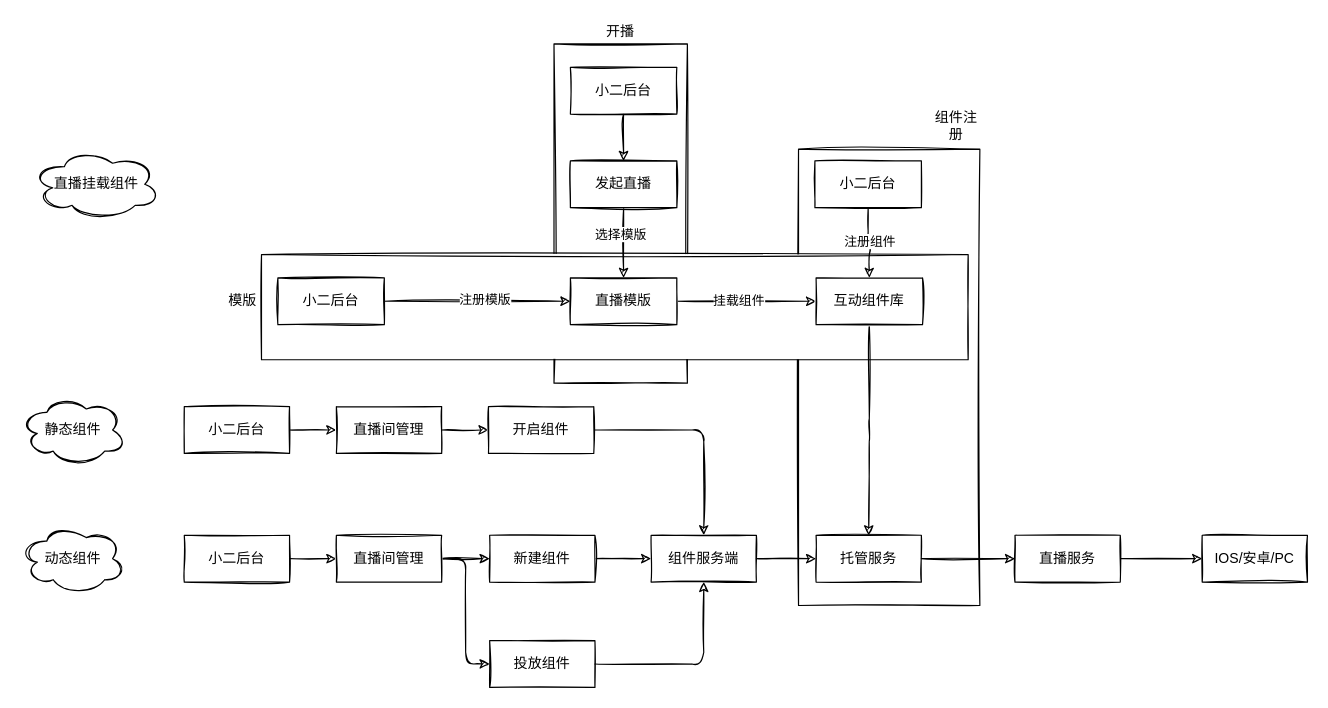
839284824/MyBlog keeps this draw.io diagram as page "互动组件" (2 of 6) of Untitled Diagram.drawio. Above is the earlier version. Source tidied: cells renumbered, new cells numbered last; positions are measured from the earlier drawing's top-left corner, leaving out a move shared by most shapes. Both pictures are drawn from the tidied source at 117%, with x=0, y=0 at pixel (20, 20).
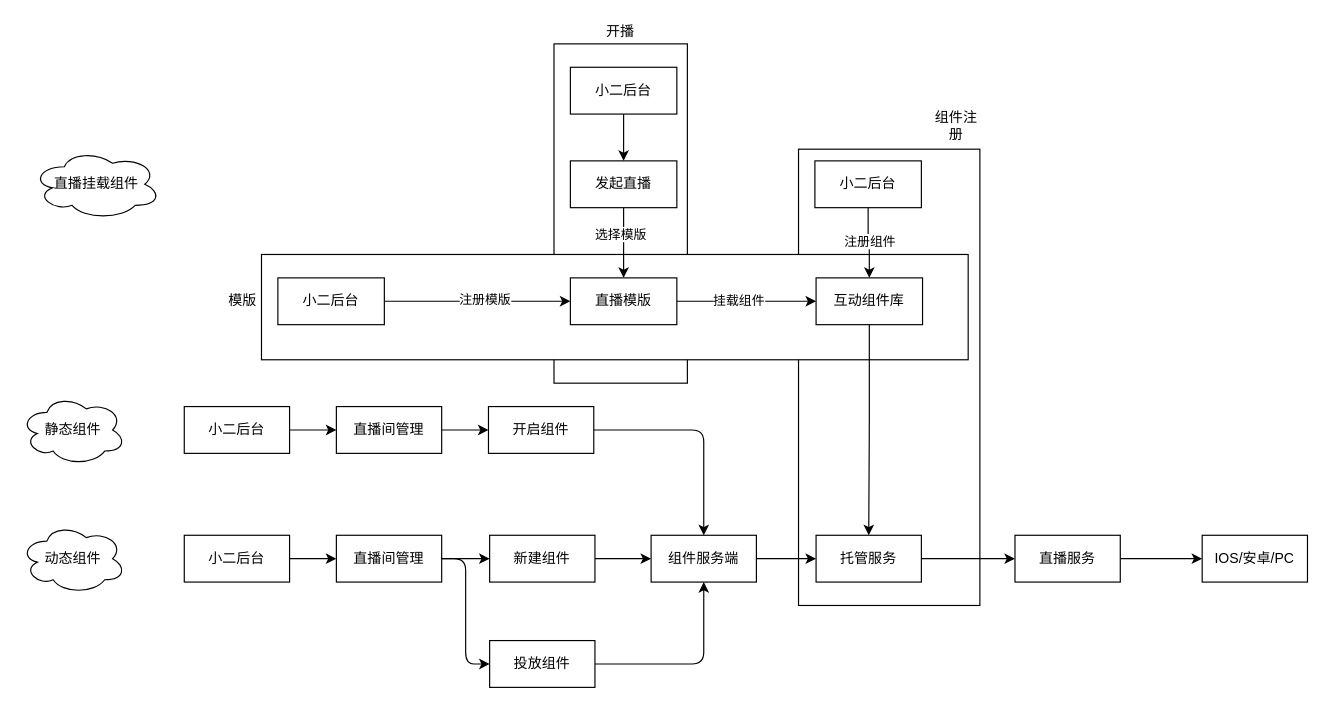
The same diagram, later.

Change to the diagram source:
```diff
@@
-    <mxCell id="2" style="rounded=0;whiteSpace=wrap;html=1;sketch=1;" parent="1" vertex="1">
+    <mxCell id="2" style="rounded=0;whiteSpace=wrap;html=1;" parent="1" vertex="1">
       <mxGeometry x="665" y="110" width="155" height="390" as="geometry" />
     </mxCell>
-    <mxCell id="3" style="rounded=0;whiteSpace=wrap;html=1;sketch=1;" parent="1" vertex="1">
+    <mxCell id="3" style="rounded=0;whiteSpace=wrap;html=1;" parent="1" vertex="1">
       <mxGeometry x="456" y="20" width="114" height="290" as="geometry" />
     </mxCell>
-    <mxCell id="4" style="rounded=0;whiteSpace=wrap;html=1;sketch=1;" parent="1" vertex="1">
+    <mxCell id="4" style="rounded=0;whiteSpace=wrap;html=1;" parent="1" vertex="1">
       <mxGeometry x="206" y="200" width="604" height="90" as="geometry" />
     </mxCell>
-    <mxCell id="5" style="edgeStyle=orthogonalEdgeStyle;curved=0;rounded=1;sketch=1;jettySize=auto;html=1;" parent="1" edge="1" source="6" target="9">
+    <mxCell id="5" style="edgeStyle=orthogonalEdgeStyle;curved=0;rounded=1;jettySize=auto;html=1;" parent="1" edge="1" source="6" target="9">
       <mxGeometry relative="1" as="geometry" />
     </mxCell>
-    <mxCell id="6" value="小二后台" style="whiteSpace=wrap;html=1;sketch=1;" parent="1" vertex="1">
+    <mxCell id="6" value="小二后台" style="whiteSpace=wrap;html=1;" parent="1" vertex="1">
       <mxGeometry x="470" y="40" width="91" height="40" as="geometry" />
     </mxCell>
-    <mxCell id="7" style="edgeStyle=orthogonalEdgeStyle;curved=0;rounded=1;sketch=1;jettySize=auto;html=1;" parent="1" edge="1" source="9" target="12">
+    <mxCell id="7" style="edgeStyle=orthogonalEdgeStyle;curved=0;rounded=1;jettySize=auto;html=1;" parent="1" edge="1" source="9" target="12">
       <mxGeometry relative="1" as="geometry" />
     </mxCell>
@@
-    <mxCell id="9" value="发起直播" style="whiteSpace=wrap;html=1;sketch=1;" parent="1" vertex="1">
+    <mxCell id="9" value="发起直播" style="whiteSpace=wrap;html=1;" parent="1" vertex="1">
       <mxGeometry x="470" y="120" width="91" height="40" as="geometry" />
     </mxCell>
-    <mxCell id="10" style="edgeStyle=orthogonalEdgeStyle;curved=0;rounded=1;sketch=1;jettySize=auto;html=1;" parent="1" edge="1" source="12" target="17">
+    <mxCell id="10" style="edgeStyle=orthogonalEdgeStyle;curved=0;rounded=1;jettySize=auto;html=1;" parent="1" edge="1" source="12" target="17">
       <mxGeometry relative="1" as="geometry" />
     </mxCell>
@@
-    <mxCell id="12" value="直播模版" style="whiteSpace=wrap;html=1;sketch=1;" parent="1" vertex="1">
+    <mxCell id="12" value="直播模版" style="whiteSpace=wrap;html=1;" parent="1" vertex="1">
       <mxGeometry x="470" y="220" width="91" height="40" as="geometry" />
     </mxCell>
-    <mxCell id="13" style="edgeStyle=orthogonalEdgeStyle;curved=0;rounded=1;sketch=1;jettySize=auto;html=1;" parent="1" edge="1" source="15" target="12">
+    <mxCell id="13" style="edgeStyle=orthogonalEdgeStyle;curved=0;rounded=1;jettySize=auto;html=1;" parent="1" edge="1" source="15" target="12">
       <mxGeometry relative="1" as="geometry" />
     </mxCell>
@@
-    <mxCell id="15" value="小二后台" style="whiteSpace=wrap;html=1;sketch=1;" parent="1" vertex="1">
+    <mxCell id="15" value="小二后台" style="whiteSpace=wrap;html=1;" parent="1" vertex="1">
       <mxGeometry x="220" y="220" width="91" height="40" as="geometry" />
     </mxCell>
-    <mxCell id="16" style="edgeStyle=orthogonalEdgeStyle;curved=0;rounded=1;sketch=1;jettySize=auto;html=1;entryX=0.5;entryY=0;entryDx=0;entryDy=0;exitX=0.5;exitY=1;exitDx=0;exitDy=0;" parent="1" edge="1" source="17" target="30">
+    <mxCell id="16" style="edgeStyle=orthogonalEdgeStyle;curved=0;rounded=1;jettySize=auto;html=1;entryX=0.5;entryY=0;entryDx=0;entryDy=0;exitX=0.5;exitY=1;exitDx=0;exitDy=0;" parent="1" edge="1" source="17" target="30">
       <mxGeometry relative="1" as="geometry" />
     </mxCell>
-    <mxCell id="17" value="互动组件库" style="whiteSpace=wrap;html=1;sketch=1;" parent="1" vertex="1">
+    <mxCell id="17" value="互动组件库" style="whiteSpace=wrap;html=1;" parent="1" vertex="1">
       <mxGeometry x="680" y="220" width="91" height="40" as="geometry" />
     </mxCell>
-    <mxCell id="18" style="edgeStyle=orthogonalEdgeStyle;curved=0;rounded=1;sketch=1;jettySize=auto;html=1;" parent="1" edge="1" source="20" target="17">
+    <mxCell id="18" style="edgeStyle=orthogonalEdgeStyle;curved=0;rounded=1;jettySize=auto;html=1;" parent="1" edge="1" source="20" target="17">
       <mxGeometry relative="1" as="geometry" />
     </mxCell>
@@
-    <mxCell id="20" value="小二后台" style="whiteSpace=wrap;html=1;sketch=1;" parent="1" vertex="1">
+    <mxCell id="20" value="小二后台" style="whiteSpace=wrap;html=1;" parent="1" vertex="1">
       <mxGeometry x="679" y="120" width="91" height="40" as="geometry" />
     </mxCell>
-    <mxCell id="21" value="静态组件" style="ellipse;shape=cloud;whiteSpace=wrap;html=1;rounded=0;sketch=1;" parent="1" vertex="1">
+    <mxCell id="21" value="静态组件" style="ellipse;shape=cloud;whiteSpace=wrap;html=1;rounded=0;" parent="1" vertex="1">
       <mxGeometry y="320" width="90" height="60" as="geometry" />
     </mxCell>
-    <mxCell id="22" style="edgeStyle=orthogonalEdgeStyle;curved=0;rounded=1;sketch=1;jettySize=auto;html=1;" parent="1" edge="1" source="23" target="25">
+    <mxCell id="22" style="edgeStyle=orthogonalEdgeStyle;curved=0;rounded=1;jettySize=auto;html=1;" parent="1" edge="1" source="23" target="25">
       <mxGeometry relative="1" as="geometry" />
     </mxCell>
-    <mxCell id="23" value="小二后台" style="whiteSpace=wrap;html=1;sketch=1;" parent="1" vertex="1">
+    <mxCell id="23" value="小二后台" style="whiteSpace=wrap;html=1;" parent="1" vertex="1">
       <mxGeometry x="140" y="330" width="90" height="40" as="geometry" />
     </mxCell>
-    <mxCell id="24" style="edgeStyle=orthogonalEdgeStyle;curved=0;rounded=1;sketch=1;jettySize=auto;html=1;" parent="1" edge="1" source="25" target="28">
+    <mxCell id="24" style="edgeStyle=orthogonalEdgeStyle;curved=0;rounded=1;jettySize=auto;html=1;" parent="1" edge="1" source="25" target="28">
       <mxGeometry relative="1" as="geometry" />
     </mxCell>
-    <mxCell id="25" value="直播间管理" style="whiteSpace=wrap;html=1;sketch=1;" parent="1" vertex="1">
+    <mxCell id="25" value="直播间管理" style="whiteSpace=wrap;html=1;" parent="1" vertex="1">
       <mxGeometry x="270" y="330" width="90" height="40" as="geometry" />
     </mxCell>
-    <mxCell id="26" value="直播挂载组件" style="ellipse;shape=cloud;whiteSpace=wrap;html=1;rounded=0;sketch=1;" parent="1" vertex="1">
+    <mxCell id="26" value="直播挂载组件" style="ellipse;shape=cloud;whiteSpace=wrap;html=1;rounded=0;" parent="1" vertex="1">
       <mxGeometry x="10" y="110" width="110" height="60" as="geometry" />
     </mxCell>
-    <mxCell id="27" style="edgeStyle=orthogonalEdgeStyle;curved=0;rounded=1;sketch=1;jettySize=auto;html=1;entryX=0.5;entryY=0;entryDx=0;entryDy=0;" parent="1" edge="1" source="28" target="40">
+    <mxCell id="27" style="edgeStyle=orthogonalEdgeStyle;curved=0;rounded=1;jettySize=auto;html=1;entryX=0.5;entryY=0;entryDx=0;entryDy=0;" parent="1" edge="1" source="28" target="40">
       <mxGeometry relative="1" as="geometry" />
     </mxCell>
-    <mxCell id="28" value="开启组件" style="whiteSpace=wrap;html=1;sketch=1;" parent="1" vertex="1">
+    <mxCell id="28" value="开启组件" style="whiteSpace=wrap;html=1;" parent="1" vertex="1">
       <mxGeometry x="400" y="330" width="90" height="40" as="geometry" />
     </mxCell>
-    <mxCell id="29" style="edgeStyle=orthogonalEdgeStyle;curved=0;rounded=1;sketch=1;jettySize=auto;html=1;" parent="1" edge="1" source="30" target="47">
+    <mxCell id="29" style="edgeStyle=orthogonalEdgeStyle;curved=0;rounded=1;jettySize=auto;html=1;" parent="1" edge="1" source="30" target="47">
       <mxGeometry relative="1" as="geometry" />
     </mxCell>
-    <mxCell id="30" value="托管服务" style="whiteSpace=wrap;html=1;sketch=1;" parent="1" vertex="1">
+    <mxCell id="30" value="托管服务" style="whiteSpace=wrap;html=1;" parent="1" vertex="1">
       <mxGeometry x="680" y="440" width="90" height="40" as="geometry" />
     </mxCell>
-    <mxCell id="31" value="动态组件" style="ellipse;shape=cloud;whiteSpace=wrap;html=1;rounded=0;sketch=1;" parent="1" vertex="1">
+    <mxCell id="31" value="动态组件" style="ellipse;shape=cloud;whiteSpace=wrap;html=1;rounded=0;" parent="1" vertex="1">
       <mxGeometry y="430" width="90" height="60" as="geometry" />
     </mxCell>
-    <mxCell id="32" style="edgeStyle=orthogonalEdgeStyle;curved=0;rounded=1;sketch=1;jettySize=auto;html=1;" parent="1" edge="1" source="33" target="36">
+    <mxCell id="32" style="edgeStyle=orthogonalEdgeStyle;curved=0;rounded=1;jettySize=auto;html=1;" parent="1" edge="1" source="33" target="36">
       <mxGeometry relative="1" as="geometry" />
     </mxCell>
-    <mxCell id="33" value="小二后台" style="whiteSpace=wrap;html=1;sketch=1;" parent="1" vertex="1">
+    <mxCell id="33" value="小二后台" style="whiteSpace=wrap;html=1;" parent="1" vertex="1">
       <mxGeometry x="140" y="440" width="90" height="40" as="geometry" />
     </mxCell>
-    <mxCell id="34" style="edgeStyle=orthogonalEdgeStyle;curved=0;rounded=1;sketch=1;jettySize=auto;html=1;" parent="1" edge="1" source="36" target="38">
+    <mxCell id="34" style="edgeStyle=orthogonalEdgeStyle;curved=0;rounded=1;jettySize=auto;html=1;" parent="1" edge="1" source="36" target="38">
       <mxGeometry relative="1" as="geometry" />
     </mxCell>
-    <mxCell id="35" style="edgeStyle=orthogonalEdgeStyle;curved=0;rounded=1;sketch=1;jettySize=auto;html=1;entryX=0;entryY=0.5;entryDx=0;entryDy=0;" parent="1" edge="1" source="36" target="42">
+    <mxCell id="35" style="edgeStyle=orthogonalEdgeStyle;curved=0;rounded=1;jettySize=auto;html=1;entryX=0;entryY=0.5;entryDx=0;entryDy=0;" parent="1" edge="1" source="36" target="42">
       <mxGeometry relative="1" as="geometry" />
     </mxCell>
-    <mxCell id="36" value="直播间管理" style="whiteSpace=wrap;html=1;sketch=1;" parent="1" vertex="1">
+    <mxCell id="36" value="直播间管理" style="whiteSpace=wrap;html=1;" parent="1" vertex="1">
       <mxGeometry x="270" y="440" width="90" height="40" as="geometry" />
     </mxCell>
-    <mxCell id="37" style="edgeStyle=orthogonalEdgeStyle;curved=0;rounded=1;sketch=1;jettySize=auto;html=1;" parent="1" edge="1" source="38" target="40">
+    <mxCell id="37" style="edgeStyle=orthogonalEdgeStyle;curved=0;rounded=1;jettySize=auto;html=1;" parent="1" edge="1" source="38" target="40">
       <mxGeometry relative="1" as="geometry" />
     </mxCell>
-    <mxCell id="38" value="新建组件" style="whiteSpace=wrap;html=1;sketch=1;" parent="1" vertex="1">
+    <mxCell id="38" value="新建组件" style="whiteSpace=wrap;html=1;" parent="1" vertex="1">
       <mxGeometry x="401" y="440" width="90" height="40" as="geometry" />
     </mxCell>
-    <mxCell id="39" style="edgeStyle=orthogonalEdgeStyle;curved=0;rounded=1;sketch=1;jettySize=auto;html=1;" parent="1" edge="1" source="40" target="30">
+    <mxCell id="39" style="edgeStyle=orthogonalEdgeStyle;curved=0;rounded=1;jettySize=auto;html=1;" parent="1" edge="1" source="40" target="30">
       <mxGeometry relative="1" as="geometry" />
     </mxCell>
-    <mxCell id="40" value="组件服务端" style="whiteSpace=wrap;html=1;sketch=1;" parent="1" vertex="1">
+    <mxCell id="40" value="组件服务端" style="whiteSpace=wrap;html=1;" parent="1" vertex="1">
       <mxGeometry x="539" y="440" width="90" height="40" as="geometry" />
     </mxCell>
-    <mxCell id="41" style="edgeStyle=orthogonalEdgeStyle;curved=0;rounded=1;sketch=1;jettySize=auto;html=1;entryX=0.5;entryY=1;entryDx=0;entryDy=0;" parent="1" edge="1" source="42" target="40">
+    <mxCell id="41" style="edgeStyle=orthogonalEdgeStyle;curved=0;rounded=1;jettySize=auto;html=1;entryX=0.5;entryY=1;entryDx=0;entryDy=0;" parent="1" edge="1" source="42" target="40">
       <mxGeometry relative="1" as="geometry" />
     </mxCell>
-    <mxCell id="42" value="投放组件" style="whiteSpace=wrap;html=1;sketch=1;" parent="1" vertex="1">
+    <mxCell id="42" value="投放组件" style="whiteSpace=wrap;html=1;" parent="1" vertex="1">
       <mxGeometry x="401" y="530" width="90" height="40" as="geometry" />
     </mxCell>
-    <mxCell id="43" value="模版" style="text;html=1;strokeColor=none;fillColor=none;align=center;verticalAlign=middle;whiteSpace=wrap;rounded=0;sketch=1;" parent="1" vertex="1">
+    <mxCell id="43" value="模版" style="text;html=1;strokeColor=none;fillColor=none;align=center;verticalAlign=middle;whiteSpace=wrap;rounded=0;" parent="1" vertex="1">
       <mxGeometry x="170" y="230" width="40" height="20" as="geometry" />
     </mxCell>
-    <mxCell id="44" value="开播" style="text;html=1;strokeColor=none;fillColor=none;align=center;verticalAlign=middle;whiteSpace=wrap;rounded=0;sketch=1;" parent="1" vertex="1">
+    <mxCell id="44" value="开播" style="text;html=1;strokeColor=none;fillColor=none;align=center;verticalAlign=middle;whiteSpace=wrap;rounded=0;" parent="1" vertex="1">
       <mxGeometry x="493" width="40" height="20" as="geometry" />
     </mxCell>
-    <mxCell id="45" value="组件注册" style="text;html=1;strokeColor=none;fillColor=none;align=center;verticalAlign=middle;whiteSpace=wrap;rounded=0;sketch=1;" parent="1" vertex="1">
+    <mxCell id="45" value="组件注册" style="text;html=1;strokeColor=none;fillColor=none;align=center;verticalAlign=middle;whiteSpace=wrap;rounded=0;" parent="1" vertex="1">
       <mxGeometry x="780" y="80" width="40" height="20" as="geometry" />
     </mxCell>
-    <mxCell id="46" style="edgeStyle=orthogonalEdgeStyle;curved=0;rounded=1;sketch=1;jettySize=auto;html=1;" parent="1" edge="1" source="47" target="48">
+    <mxCell id="46" style="edgeStyle=orthogonalEdgeStyle;curved=0;rounded=1;jettySize=auto;html=1;" parent="1" edge="1" source="47" target="48">
       <mxGeometry relative="1" as="geometry" />
     </mxCell>
-    <mxCell id="47" value="直播服务" style="whiteSpace=wrap;html=1;sketch=1;" parent="1" vertex="1">
+    <mxCell id="47" value="直播服务" style="whiteSpace=wrap;html=1;" parent="1" vertex="1">
       <mxGeometry x="850" y="440" width="90" height="40" as="geometry" />
     </mxCell>
-    <mxCell id="48" value="IOS/安卓/PC" style="whiteSpace=wrap;html=1;sketch=1;" parent="1" vertex="1">
+    <mxCell id="48" value="IOS/安卓/PC" style="whiteSpace=wrap;html=1;" parent="1" vertex="1">
       <mxGeometry x="1010" y="440" width="90" height="40" as="geometry" />
     </mxCell>
```
